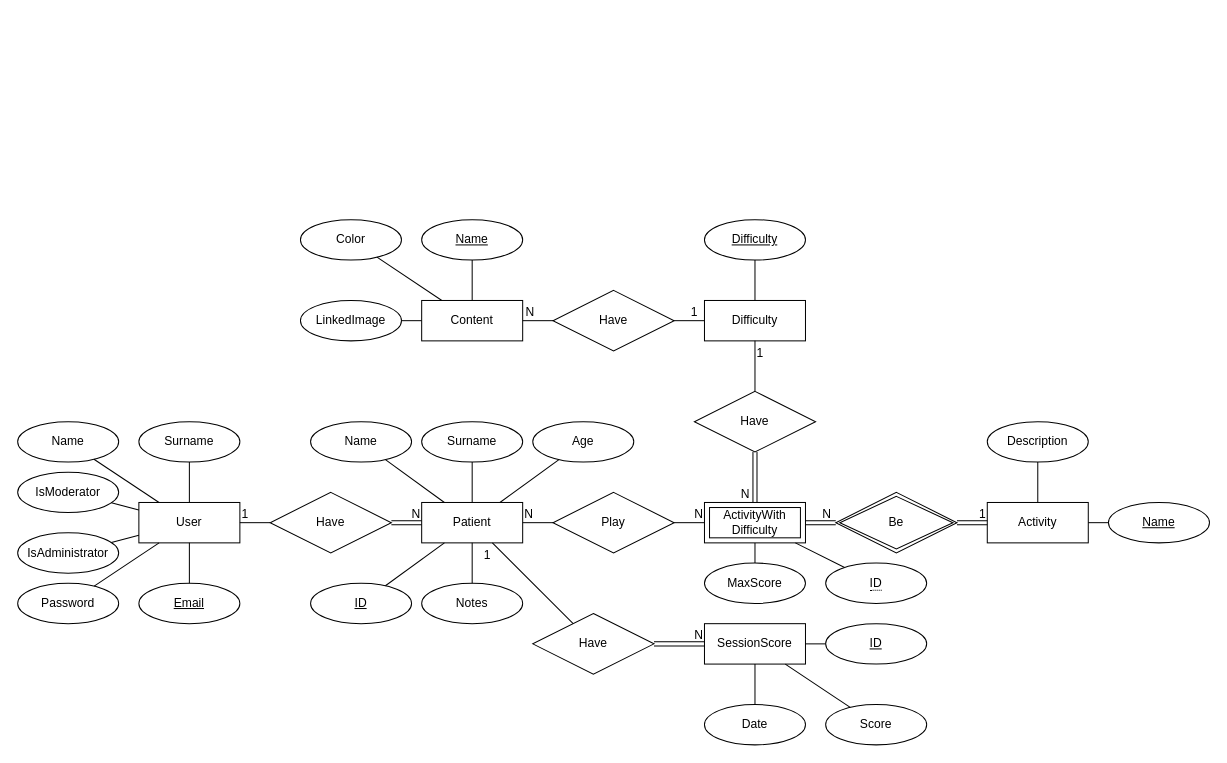
Fix-22/rehabrain-web keeps this draw.io diagram as docs/database/ER/rehabrain_er.drawio. Above is the earlier version. Source tidied: cells renumbered, new cells numbered last; positions are measured from the earlier drawing's top-left corner, leaving out a move shared by most shapes. Both pictures are drawn from the tidied source at 101%, with x=0, y=0 at pixel (17, 219).
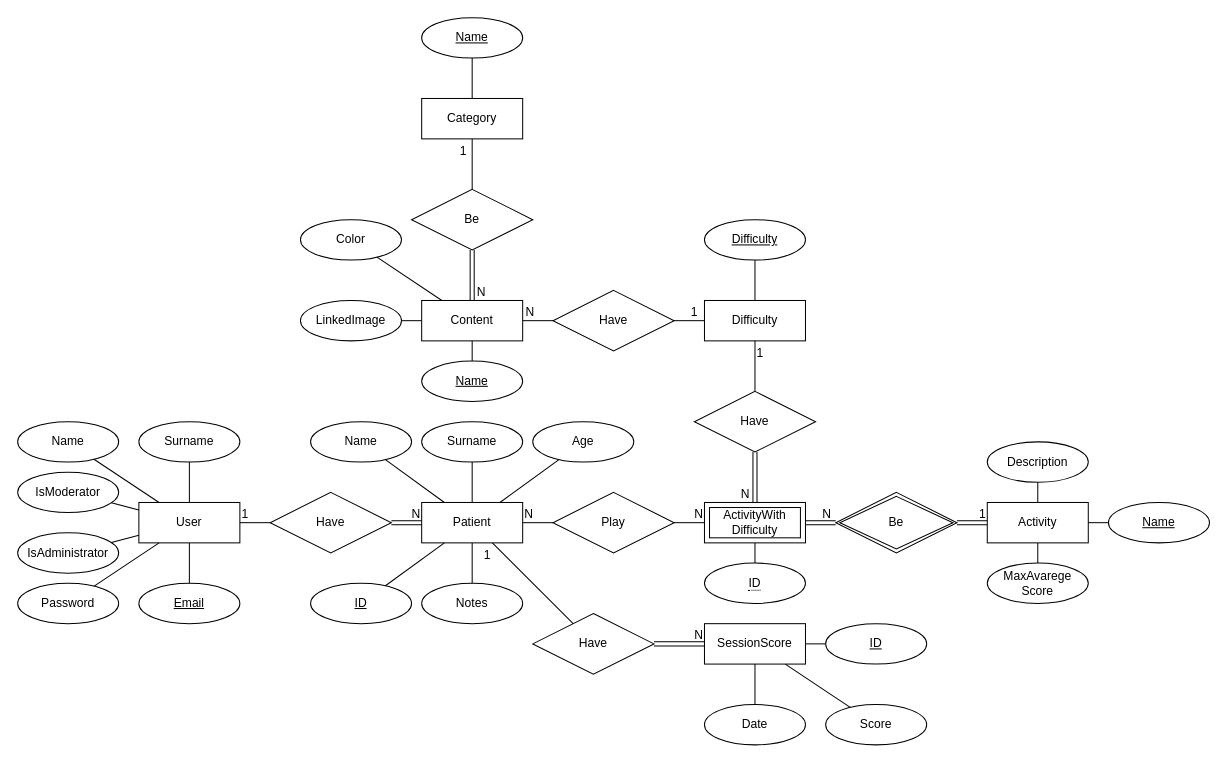
Above is the later version.

Unchanged cells that the change refers to:
```xml
<mxCell id="2" value="Content" style="whiteSpace=wrap;html=1;align=center;" parent="1" vertex="1">
  <mxGeometry x="400" y="80" width="100" height="40" as="geometry" />
</mxCell>
<mxCell id="37" value="Activity" style="whiteSpace=wrap;html=1;align=center;" parent="1" vertex="1">
  <mxGeometry x="960" y="280" width="100" height="40" as="geometry" />
</mxCell>
<mxCell id="54" value="ActivityWith&lt;div&gt;Difficulty&lt;/div&gt;" style="shape=ext;margin=3;double=1;whiteSpace=wrap;html=1;align=center;" parent="1" vertex="1">
  <mxGeometry x="680" y="280" width="100" height="40" as="geometry" />
</mxCell>
```

The edit, as a diff of the source:
```diff
@@
     <mxCell id="3" value="Name" style="ellipse;whiteSpace=wrap;html=1;align=center;fontStyle=4;" parent="1" vertex="1">
-      <mxGeometry x="400" width="100" height="40" as="geometry" />
+      <mxGeometry x="400" y="140" width="100" height="40" as="geometry" />
     </mxCell>
@@
-    <mxCell id="41" style="endArrow=none;html=1;rounded=0;" parent="1" edge="1" source="54" target="56">
+    <mxCell id="41" style="endArrow=none;html=1;rounded=0;" parent="1" edge="1" source="37" target="56">
       <mxGeometry relative="1" as="geometry" />
     </mxCell>
@@
     <mxCell id="55" value="Description" style="ellipse;whiteSpace=wrap;html=1;align=center;" parent="1" vertex="1">
-      <mxGeometry x="960" y="200" width="100" height="40" as="geometry" />
+      <mxGeometry x="960" y="220" width="100" height="40" as="geometry" />
     </mxCell>
-    <mxCell id="56" value="MaxScore" style="ellipse;whiteSpace=wrap;html=1;align=center;" parent="1" vertex="1">
-      <mxGeometry x="680" y="340" width="100" height="40" as="geometry" />
+    <mxCell id="56" value="MaxAvarege&lt;div&gt;Score&lt;/div&gt;" style="ellipse;whiteSpace=wrap;html=1;align=center;" parent="1" vertex="1">
+      <mxGeometry x="960" y="340" width="100" height="40" as="geometry" />
     </mxCell>
@@
     <mxCell id="77" value="&lt;span style=&quot;border-bottom: 1px dotted&quot;&gt;ID&lt;/span&gt;" style="ellipse;whiteSpace=wrap;html=1;align=center;" parent="1" vertex="1">
-      <mxGeometry x="800" y="340" width="100" height="40" as="geometry" />
+      <mxGeometry x="680" y="340" width="100" height="40" as="geometry" />
     </mxCell>
@@
+    <mxCell id="83" value="Category" style="whiteSpace=wrap;html=1;align=center;" parent="1" vertex="1">
+      <mxGeometry x="400" y="-120" width="100" height="40" as="geometry" />
+    </mxCell>
+    <mxCell id="84" value="Name" style="ellipse;whiteSpace=wrap;html=1;align=center;fontStyle=4;" parent="1" vertex="1">
+      <mxGeometry x="400" y="-200" width="100" height="40" as="geometry" />
+    </mxCell>
+    <mxCell id="85" style="endArrow=none;html=1;rounded=0;" parent="1" edge="1" source="84" target="83">
+      <mxGeometry relative="1" as="geometry" />
+    </mxCell>
+    <mxCell id="86" style="endArrow=none;html=1;rounded=0;" parent="1" edge="1" source="90" target="83">
+      <mxGeometry relative="1" as="geometry" />
+    </mxCell>
+    <mxCell id="87" value="1" style="html=1;whiteSpace=wrap;align=right;verticalAlign=bottom;" parent="86" vertex="1">
+      <mxGeometry x="1" relative="1" as="geometry">
+        <mxPoint x="-4" y="20" as="offset" />
+      </mxGeometry>
+    </mxCell>
+    <mxCell id="88" style="endArrow=none;html=1;rounded=0;shape=link;" parent="1" edge="1" source="2" target="90">
+      <mxGeometry relative="1" as="geometry" />
+    </mxCell>
+    <mxCell id="89" value="N" style="html=1;whiteSpace=wrap;align=left;verticalAlign=bottom;" parent="88" vertex="1">
+      <mxGeometry x="-1" relative="1" as="geometry">
+        <mxPoint x="3" as="offset" />
+      </mxGeometry>
+    </mxCell>
+    <mxCell id="90" value="Be" style="shape=rhombus;perimeter=rhombusPerimeter;whiteSpace=wrap;html=1;align=center;" parent="1" vertex="1">
+      <mxGeometry x="390" y="-30" width="120" height="60" as="geometry" />
+    </mxCell>
```
